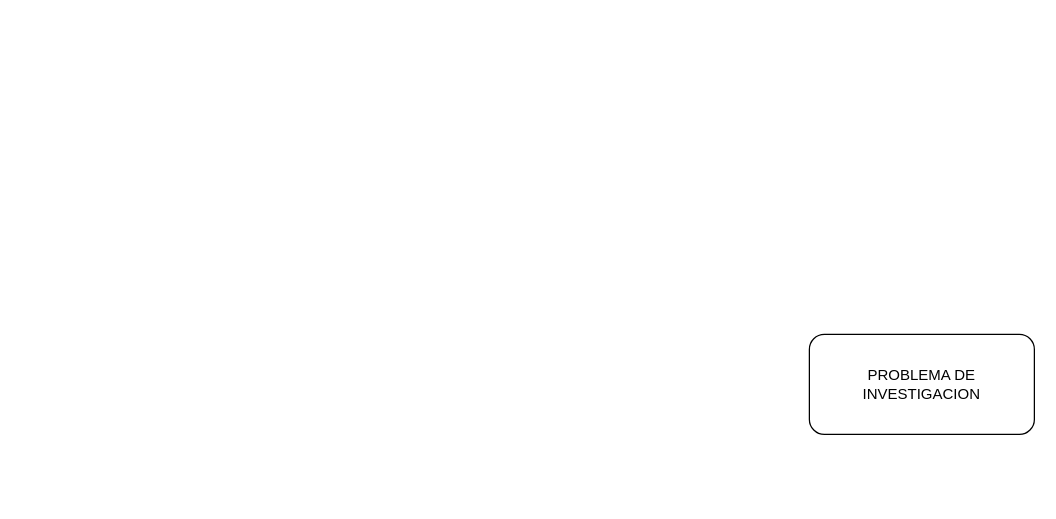
Before: Diagramas-Tesis.drawio in djsg2021utec/TESIS_MAESTRIA, a draw.io diagram. Source tidied: cells renumbered, new cells numbered last; positions are measured from the earlier drawing's top-left corner, leaving out a move shared by most shapes. Both pictures are drawn from the tidied source at 125%, with x=0, y=0 at pixel (809, 334).
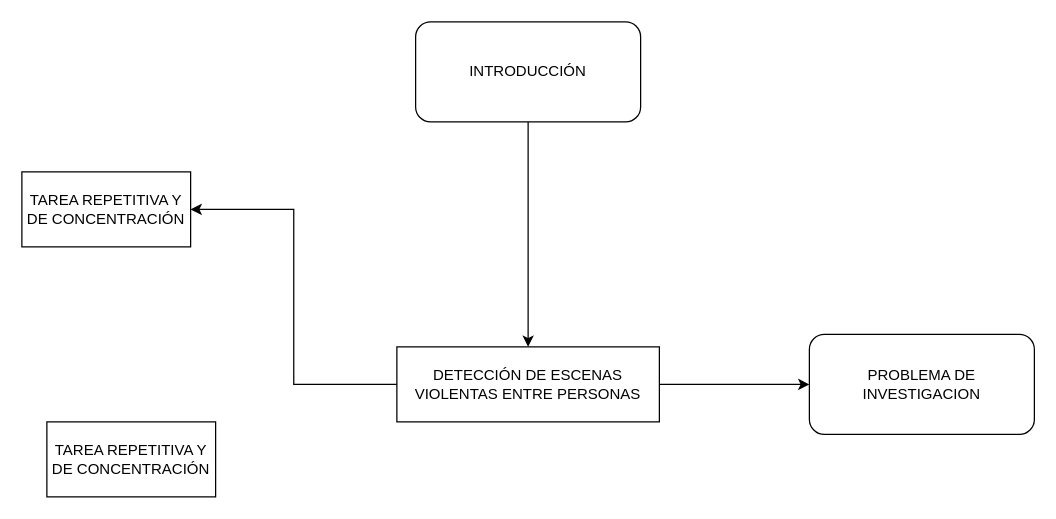
The same page after the edit.

Diff of the diagram source:
```diff
@@
 <mxGraphModel>
   <root>
     <mxCell id="0" />
     <mxCell id="1" parent="0" />
     <mxCell id="2" value="PROBLEMA DE INVESTIGACION" style="rounded=1;whiteSpace=wrap;html=1;" parent="1" vertex="1">
       <mxGeometry width="180" height="80" as="geometry" />
     </mxCell>
+    <mxCell id="3" style="edgeStyle=orthogonalEdgeStyle;rounded=0;jettySize=auto;html=1;entryX=0.5;entryY=0;entryDx=0;entryDy=0;" parent="1" edge="1" source="4" target="7">
+      <mxGeometry relative="1" as="geometry" />
+    </mxCell>
+    <mxCell id="4" value="INTRODUCCIÓN" style="rounded=1;whiteSpace=wrap;html=1;" parent="1" vertex="1">
+      <mxGeometry x="-315" y="-250" width="180" height="80" as="geometry" />
+    </mxCell>
+    <mxCell id="5" style="edgeStyle=orthogonalEdgeStyle;rounded=0;jettySize=auto;html=1;entryX=0;entryY=0.5;entryDx=0;entryDy=0;" parent="1" edge="1" source="7" target="2">
+      <mxGeometry relative="1" as="geometry" />
+    </mxCell>
+    <mxCell id="6" style="edgeStyle=orthogonalEdgeStyle;rounded=0;jettySize=auto;html=1;entryX=1;entryY=0.5;entryDx=0;entryDy=0;" parent="1" edge="1" source="7" target="8">
+      <mxGeometry relative="1" as="geometry" />
+    </mxCell>
+    <mxCell id="7" value="DETECCIÓN DE ESCENAS VIOLENTAS ENTRE PERSONAS" style="rounded=0;whiteSpace=wrap;html=1;" parent="1" vertex="1">
+      <mxGeometry x="-330" y="10" width="210" height="60" as="geometry" />
+    </mxCell>
+    <mxCell id="8" value="TAREA REPETITIVA Y DE CONCENTRACIÓN" style="rounded=0;whiteSpace=wrap;html=1;" parent="1" vertex="1">
+      <mxGeometry x="-630" y="-130" width="135" height="60" as="geometry" />
+    </mxCell>
+    <mxCell id="9" value="TAREA REPETITIVA Y DE CONCENTRACIÓN" style="rounded=0;whiteSpace=wrap;html=1;" parent="1" vertex="1">
+      <mxGeometry x="-610" y="70" width="135" height="60" as="geometry" />
+    </mxCell>
   </root>
 </mxGraphModel>
```
